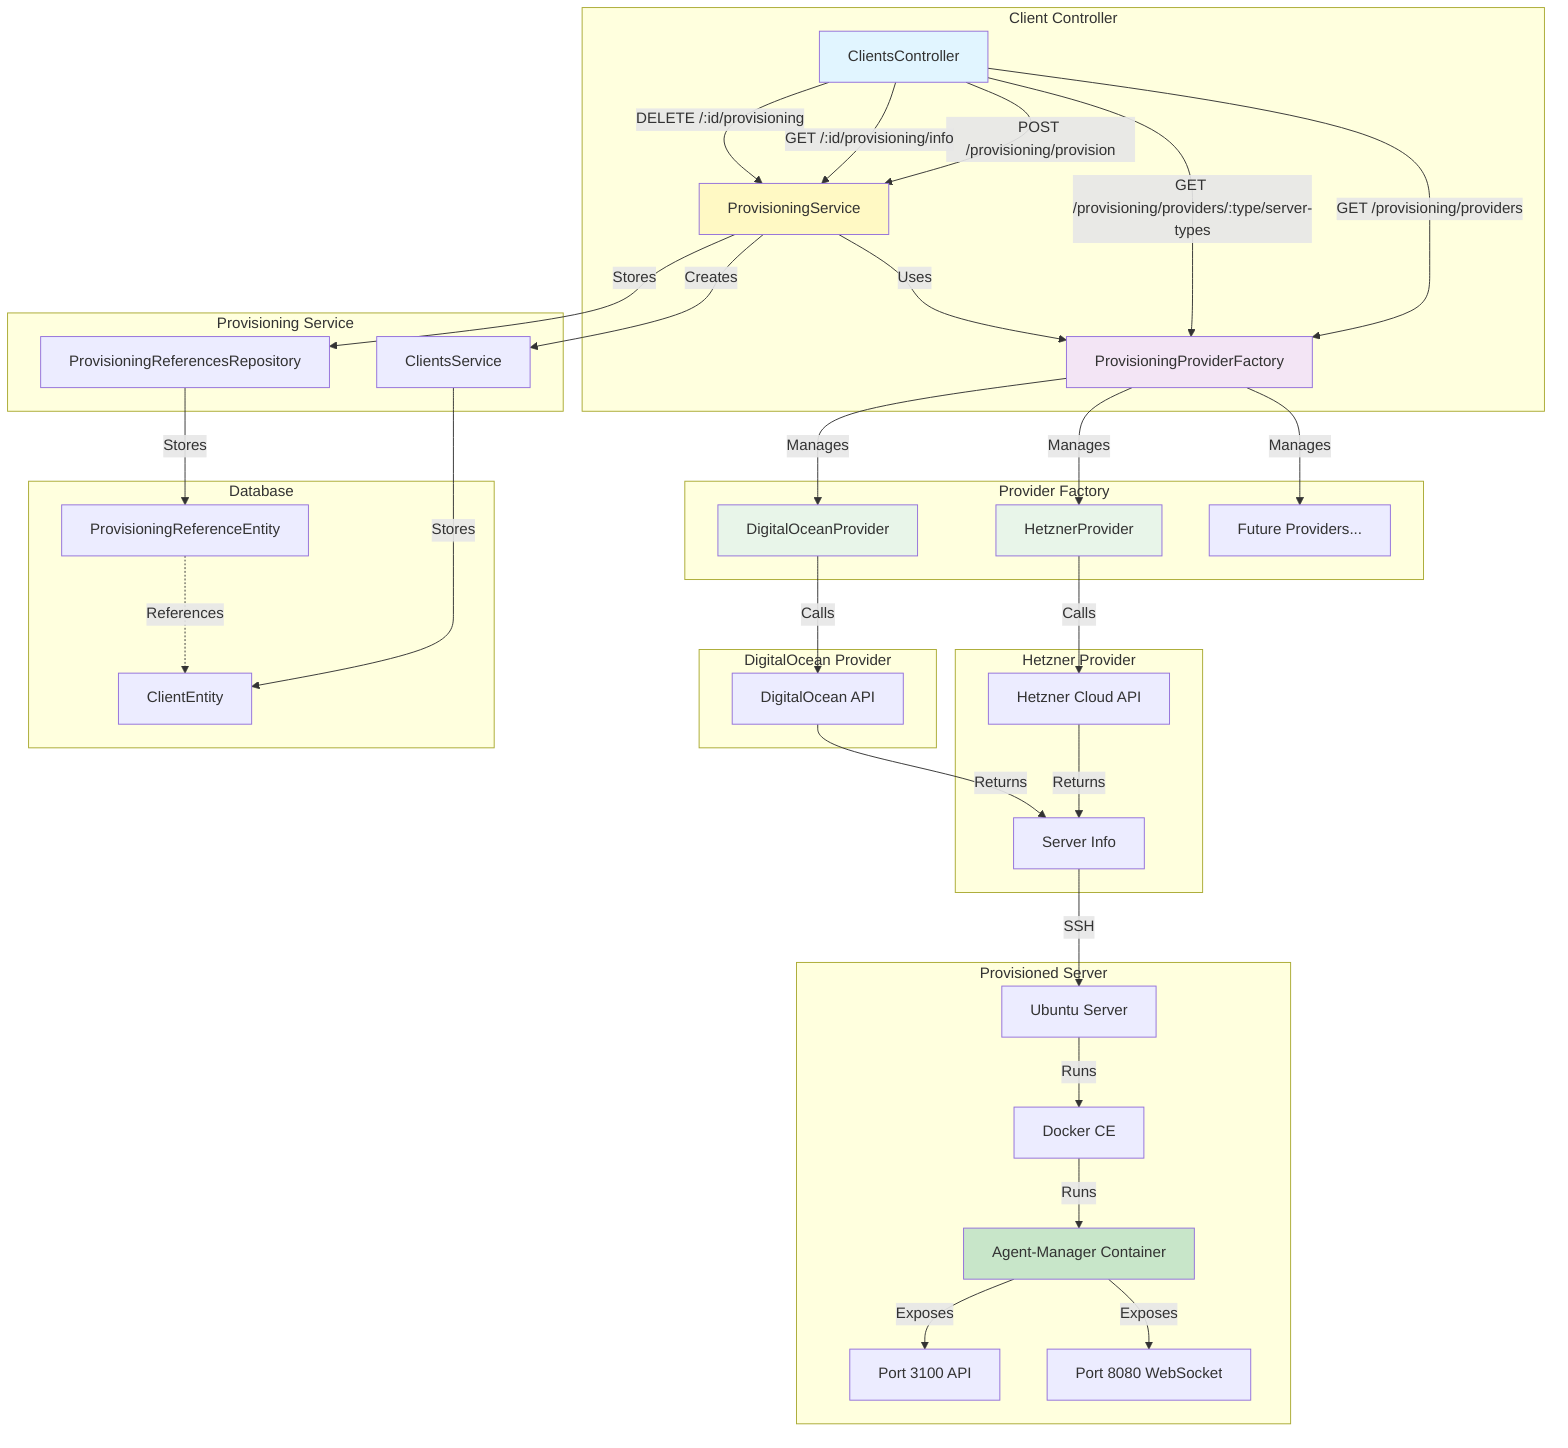
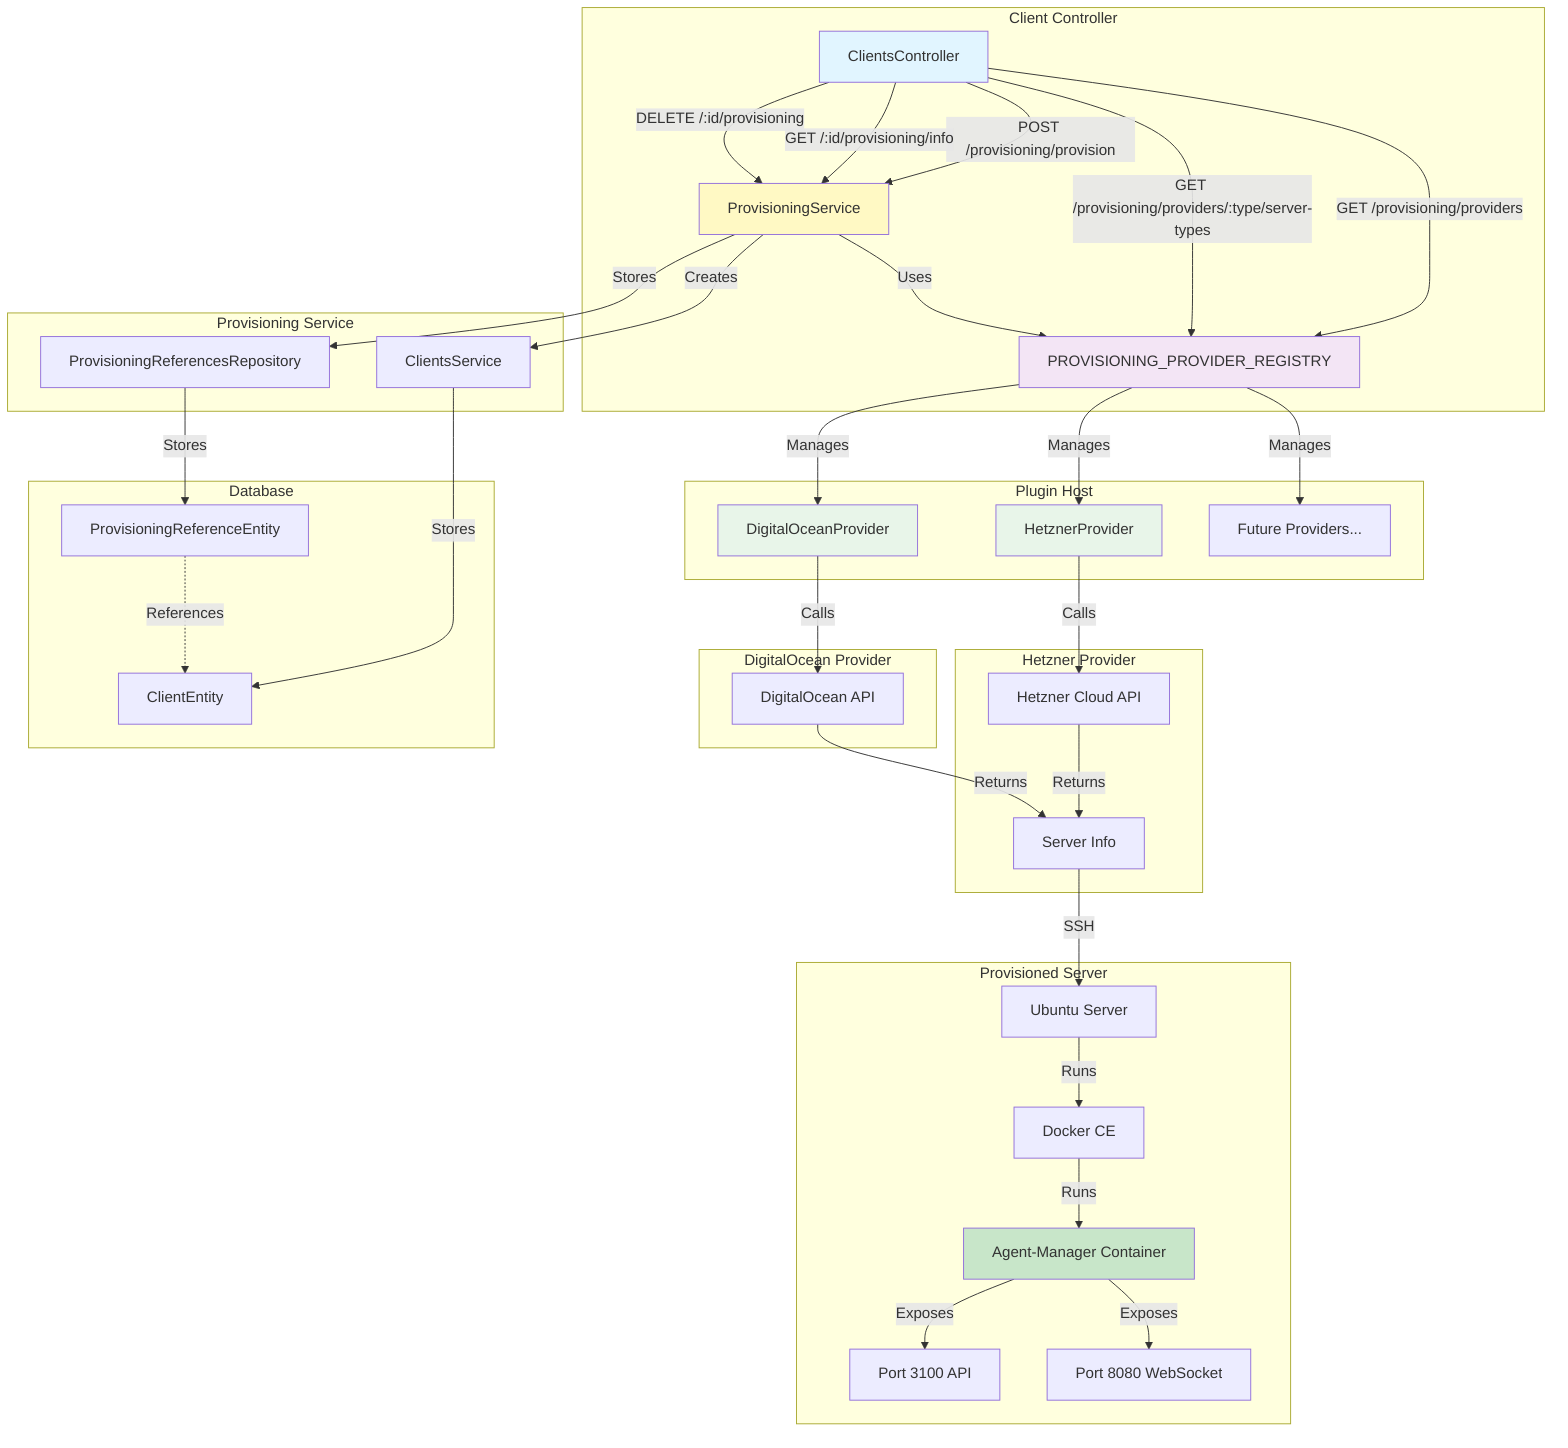
graph TB
    subgraph "Client Controller"
        CC[ClientsController]
-         CC --> |GET /provisioning/providers| PPF[ProvisioningProviderFactory]
-         CC --> |GET /provisioning/providers/:type/server-types| PPF
+         CC --> |GET /provisioning/providers| PPR[PROVISIONING_PROVIDER_REGISTRY]
+         CC --> |GET /provisioning/providers/:type/server-types| PPR
        CC --> |POST /provisioning/provision| PS[ProvisioningService]
        CC --> |GET /:id/provisioning/info| PS
        CC --> |DELETE /:id/provisioning| PS
    end

    subgraph "Provisioning Service"
-         PS --> |Uses| PPF
+         PS --> |Uses| PPR
        PS --> |Creates| CS[ClientsService]
        PS --> |Stores| PRR[ProvisioningReferencesRepository]
    end

-     subgraph "Provider Factory"
-         PPF --> |Manages| HP[HetznerProvider]
-         PPF --> |Manages| DOP[DigitalOceanProvider]
-         PPF --> |Manages| FP[Future Providers...]
+     subgraph "Plugin Host"
+         PPR --> |Manages| HP[HetznerProvider]
+         PPR --> |Manages| DOP[DigitalOceanProvider]
+         PPR --> |Manages| FP[Future Providers...]
    end

    subgraph "Hetzner Provider"
        HP --> |Calls| HCA[Hetzner Cloud API]
        HCA --> |Returns| SI[Server Info]
    end

    subgraph "DigitalOcean Provider"
        DOP --> |Calls| DOA[DigitalOcean API]
        DOA --> |Returns| SI
    end

    subgraph "Database"
        PRR --> |Stores| PRE[ProvisioningReferenceEntity]
        CS --> |Stores| CE[ClientEntity]
        PRE -.->|References| CE
    end

    subgraph "Provisioned Server"
        SI --> |SSH| PS2[Ubuntu Server]
        PS2 --> |Runs| DC[Docker CE]
        DC --> |Runs| AM[Agent-Manager Container]
        AM --> |Exposes| API[Port 3100 API]
        AM --> |Exposes| WS[Port 8080 WebSocket]
    end

    style CC fill:#e1f5ff
    style PS fill:#fff9c4
-     style PPF fill:#f3e5f5
+     style PPR fill:#f3e5f5
    style HP fill:#e8f5e9
    style DOP fill:#e8f5e9
    style AM fill:#c8e6c9
